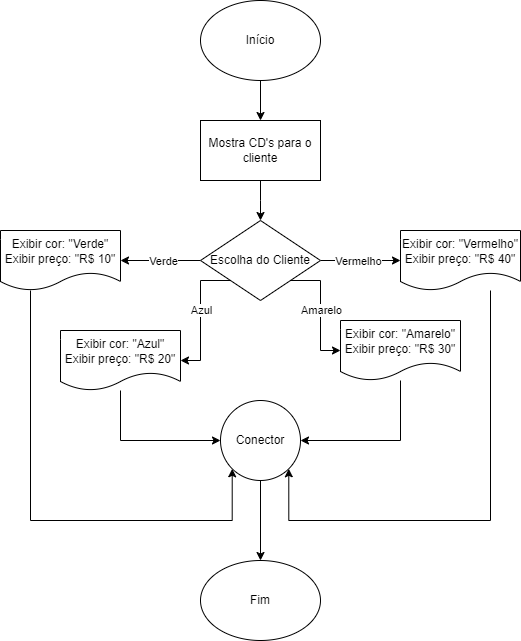
Earlier version of the draw.io export Exercícios de Lógica - 07-02-2024/Fluxograma - Loja de CD.png (EduardoMatos08/L-gica---Senai---Aula-1). Source tidied: cells renumbered, new cells last; positions are measured from the earlier drawing's top-left corner, leaving out a move shared by most shapes.
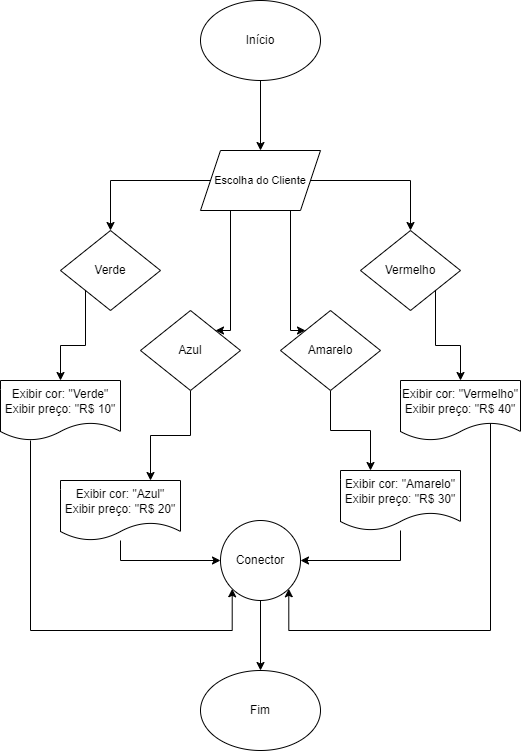
Later version of the same file.

What changed in the source:
```diff
@@ -2,64 +2,17 @@
   <root>
     <mxCell id="0" />
     <mxCell id="1" parent="0" />
-    <mxCell id="2" style="edgeStyle=orthogonalEdgeStyle;rounded=0;jettySize=auto;html=1;exitX=0.5;exitY=1;exitDx=0;exitDy=0;entryX=0.5;entryY=0;entryDx=0;entryDy=0;" parent="1" edge="1" source="3" target="5">
-      <mxGeometry relative="1" as="geometry" />
-    </mxCell>
+    <mxCell id="26" style="edgeStyle=orthogonalEdgeStyle;rounded=0;jettySize=auto;html=1;exitX=0.5;exitY=1;exitDx=0;exitDy=0;entryX=0.5;entryY=0;entryDx=0;entryDy=0;" parent="1" edge="1" source="3" target="14">
+      <mxGeometry relative="1" as="geometry" />
+    </mxCell>
     <mxCell id="3" value="Início" style="ellipse;whiteSpace=wrap;html=1;" parent="1" vertex="1">
-      <mxGeometry x="200" width="120" height="80" as="geometry" />
+      <mxGeometry x="200" y="-150" width="120" height="80" as="geometry" />
     </mxCell>
-    <mxCell id="4" style="edgeStyle=orthogonalEdgeStyle;rounded=0;jettySize=auto;html=1;exitX=0.5;exitY=1;exitDx=0;exitDy=0;entryX=0.5;entryY=0;entryDx=0;entryDy=0;" parent="1" edge="1" source="5">
-      <mxGeometry relative="1" as="geometry">
-        <mxPoint x="260" y="220" as="targetPoint" />
-      </mxGeometry>
-    </mxCell>
-    <mxCell id="5" value="Mostra CD's para o cliente" style="rounded=0;whiteSpace=wrap;html=1;" parent="1" vertex="1">
-      <mxGeometry x="200" y="120" width="120" height="60" as="geometry" />
-    </mxCell>
-    <mxCell id="6" style="edgeStyle=orthogonalEdgeStyle;rounded=0;jettySize=auto;html=1;exitX=0;exitY=0.5;exitDx=0;exitDy=0;entryX=1;entryY=0.5;entryDx=0;entryDy=0;" parent="1" edge="1" source="14" target="16">
-      <mxGeometry relative="1" as="geometry" />
-    </mxCell>
-    <mxCell id="7" value="Verde" style="edgeLabel;html=1;align=center;verticalAlign=middle;points=[];" parent="6" vertex="1">
-      <mxGeometry x="-0.06" relative="1" as="geometry" />
-    </mxCell>
-    <mxCell id="8" style="edgeStyle=orthogonalEdgeStyle;rounded=0;jettySize=auto;html=1;exitX=0;exitY=1;exitDx=0;exitDy=0;entryX=1;entryY=0.5;entryDx=0;entryDy=0;" parent="1" edge="1" source="14" target="18">
-      <mxGeometry relative="1" as="geometry">
-        <Array as="points">
-          <mxPoint x="200" y="280" />
-          <mxPoint x="200" y="360" />
-        </Array>
-      </mxGeometry>
-    </mxCell>
-    <mxCell id="9" value="Azul" style="edgeLabel;html=1;align=center;verticalAlign=middle;points=[];" parent="8" vertex="1">
-      <mxGeometry x="-0.09" relative="1" as="geometry" />
-    </mxCell>
-    <mxCell id="10" style="edgeStyle=orthogonalEdgeStyle;rounded=0;jettySize=auto;html=1;exitX=1;exitY=1;exitDx=0;exitDy=0;entryX=0;entryY=0.5;entryDx=0;entryDy=0;" parent="1" edge="1" source="14" target="22">
-      <mxGeometry relative="1" as="geometry">
-        <Array as="points">
-          <mxPoint x="320" y="280" />
-          <mxPoint x="320" y="350" />
-        </Array>
-      </mxGeometry>
-    </mxCell>
-    <mxCell id="11" value="Amarelo" style="edgeLabel;html=1;align=center;verticalAlign=middle;points=[];" parent="10" vertex="1">
-      <mxGeometry x="-0.02" y="-1" relative="1" as="geometry">
-        <mxPoint x="1" as="offset" />
-      </mxGeometry>
-    </mxCell>
-    <mxCell id="12" style="edgeStyle=orthogonalEdgeStyle;rounded=0;jettySize=auto;html=1;exitX=1;exitY=0.5;exitDx=0;exitDy=0;entryX=0;entryY=0.5;entryDx=0;entryDy=0;" parent="1" edge="1" source="14" target="20">
-      <mxGeometry relative="1" as="geometry" />
-    </mxCell>
-    <mxCell id="13" value="Vermelho" style="edgeLabel;html=1;align=center;verticalAlign=middle;points=[];" parent="12" vertex="1">
-      <mxGeometry x="-0.08" relative="1" as="geometry" />
-    </mxCell>
-    <mxCell id="14" value="Escolha do Cliente" style="rhombus;whiteSpace=wrap;html=1;" parent="1" vertex="1">
-      <mxGeometry x="200" y="220" width="120" height="80" as="geometry" />
-    </mxCell>
     <mxCell id="15" style="edgeStyle=orthogonalEdgeStyle;rounded=0;jettySize=auto;html=1;exitX=0.25;exitY=1;exitDx=0;exitDy=0;entryX=0;entryY=1;entryDx=0;entryDy=0;" parent="1" edge="1" source="16" target="24">
       <mxGeometry relative="1" as="geometry">
         <Array as="points">
-          <mxPoint x="30" y="520" />
-          <mxPoint x="232" y="520" />
+          <mxPoint x="30" y="480" />
+          <mxPoint x="232" y="480" />
         </Array>
       </mxGeometry>
     </mxCell>
@@ -72,11 +25,11 @@
     <mxCell id="18" value="Exibir cor: &quot;Azul&quot;&lt;br style=&quot;border-color: var(--border-color);&quot;&gt;Exibir preço: &quot;R$ 20&quot;" style="shape=document;whiteSpace=wrap;html=1;boundedLbl=1;" parent="1" vertex="1">
       <mxGeometry x="60" y="330" width="120" height="60" as="geometry" />
     </mxCell>
-    <mxCell id="19" style="edgeStyle=orthogonalEdgeStyle;rounded=0;jettySize=auto;html=1;exitX=0.75;exitY=1;exitDx=0;exitDy=0;entryX=1;entryY=1;entryDx=0;entryDy=0;" parent="1" edge="1" source="20" target="24">
+    <mxCell id="19" style="edgeStyle=orthogonalEdgeStyle;rounded=0;jettySize=auto;html=1;exitX=0.75;exitY=0;exitDx=0;exitDy=0;entryX=1;entryY=1;entryDx=0;entryDy=0;" parent="1" edge="1" source="20" target="24">
       <mxGeometry relative="1" as="geometry">
         <Array as="points">
-          <mxPoint x="490" y="520" />
-          <mxPoint x="288" y="520" />
+          <mxPoint x="490" y="480" />
+          <mxPoint x="288" y="480" />
         </Array>
       </mxGeometry>
     </mxCell>
@@ -93,10 +46,57 @@
       <mxGeometry relative="1" as="geometry" />
     </mxCell>
     <mxCell id="24" value="Conector" style="ellipse;whiteSpace=wrap;html=1;" parent="1" vertex="1">
-      <mxGeometry x="220" y="400" width="80" height="80" as="geometry" />
+      <mxGeometry x="220" y="370" width="80" height="80" as="geometry" />
     </mxCell>
     <mxCell id="25" value="Fim" style="ellipse;whiteSpace=wrap;html=1;" parent="1" vertex="1">
-      <mxGeometry x="200" y="560" width="120" height="80" as="geometry" />
+      <mxGeometry x="200" y="520" width="120" height="80" as="geometry" />
     </mxCell>
+    <mxCell id="27" style="edgeStyle=orthogonalEdgeStyle;rounded=0;jettySize=auto;html=1;exitX=0.25;exitY=1;exitDx=0;exitDy=0;entryX=1;entryY=0;entryDx=0;entryDy=0;" parent="1" edge="1" source="14" target="9">
+      <mxGeometry relative="1" as="geometry">
+        <Array as="points">
+          <mxPoint x="230" y="180" />
+        </Array>
+      </mxGeometry>
+    </mxCell>
+    <mxCell id="28" style="edgeStyle=orthogonalEdgeStyle;rounded=0;jettySize=auto;html=1;exitX=0.75;exitY=1;exitDx=0;exitDy=0;entryX=0;entryY=0;entryDx=0;entryDy=0;" parent="1" edge="1" source="14" target="11">
+      <mxGeometry relative="1" as="geometry">
+        <Array as="points">
+          <mxPoint x="290" y="180" />
+        </Array>
+      </mxGeometry>
+    </mxCell>
+    <mxCell id="29" style="edgeStyle=orthogonalEdgeStyle;rounded=0;jettySize=auto;html=1;exitX=0;exitY=0.5;exitDx=0;exitDy=0;entryX=0.5;entryY=0;entryDx=0;entryDy=0;" parent="1" edge="1" source="14" target="7">
+      <mxGeometry relative="1" as="geometry" />
+    </mxCell>
+    <mxCell id="30" style="edgeStyle=orthogonalEdgeStyle;rounded=0;jettySize=auto;html=1;exitX=1;exitY=0.5;exitDx=0;exitDy=0;entryX=0.5;entryY=0;entryDx=0;entryDy=0;" parent="1" edge="1" source="14" target="13">
+      <mxGeometry relative="1" as="geometry" />
+    </mxCell>
+    <mxCell id="14" value="Escolha do Cliente" style="shape=parallelogram;perimeter=parallelogramPerimeter;whiteSpace=wrap;html=1;fixedSize=1;fontSize=11;" parent="1" vertex="1">
+      <mxGeometry x="200" width="120" height="60" as="geometry" />
+    </mxCell>
+    <mxCell id="31" style="edgeStyle=orthogonalEdgeStyle;rounded=0;jettySize=auto;html=1;exitX=0;exitY=1;exitDx=0;exitDy=0;entryX=0.5;entryY=0;entryDx=0;entryDy=0;" parent="1" edge="1" source="7" target="16">
+      <mxGeometry relative="1" as="geometry" />
+    </mxCell>
+    <mxCell id="7" value="Verde" style="rhombus;whiteSpace=wrap;html=1;" parent="1" vertex="1">
+      <mxGeometry x="60" y="80" width="100" height="80" as="geometry" />
+    </mxCell>
+    <mxCell id="32" style="edgeStyle=orthogonalEdgeStyle;rounded=0;jettySize=auto;html=1;exitX=0.5;exitY=1;exitDx=0;exitDy=0;entryX=0.75;entryY=0;entryDx=0;entryDy=0;" parent="1" edge="1" source="9" target="18">
+      <mxGeometry relative="1" as="geometry" />
+    </mxCell>
+    <mxCell id="9" value="Azul" style="rhombus;whiteSpace=wrap;html=1;" parent="1" vertex="1">
+      <mxGeometry x="140" y="160" width="100" height="80" as="geometry" />
+    </mxCell>
+    <mxCell id="33" style="edgeStyle=orthogonalEdgeStyle;rounded=0;jettySize=auto;html=1;exitX=0.5;exitY=1;exitDx=0;exitDy=0;entryX=0.25;entryY=0;entryDx=0;entryDy=0;" parent="1" edge="1" source="11" target="22">
+      <mxGeometry relative="1" as="geometry" />
+    </mxCell>
+    <mxCell id="11" value="Amarelo" style="rhombus;whiteSpace=wrap;html=1;" parent="1" vertex="1">
+      <mxGeometry x="280" y="160" width="100" height="80" as="geometry" />
+    </mxCell>
+    <mxCell id="34" style="edgeStyle=orthogonalEdgeStyle;rounded=0;jettySize=auto;html=1;exitX=1;exitY=1;exitDx=0;exitDy=0;" parent="1" edge="1" source="13" target="20">
+      <mxGeometry relative="1" as="geometry" />
+    </mxCell>
+    <mxCell id="13" value="Vermelho" style="rhombus;whiteSpace=wrap;html=1;" parent="1" vertex="1">
+      <mxGeometry x="360" y="80" width="100" height="80" as="geometry" />
+    </mxCell>
   </root>
 </mxGraphModel>
```
